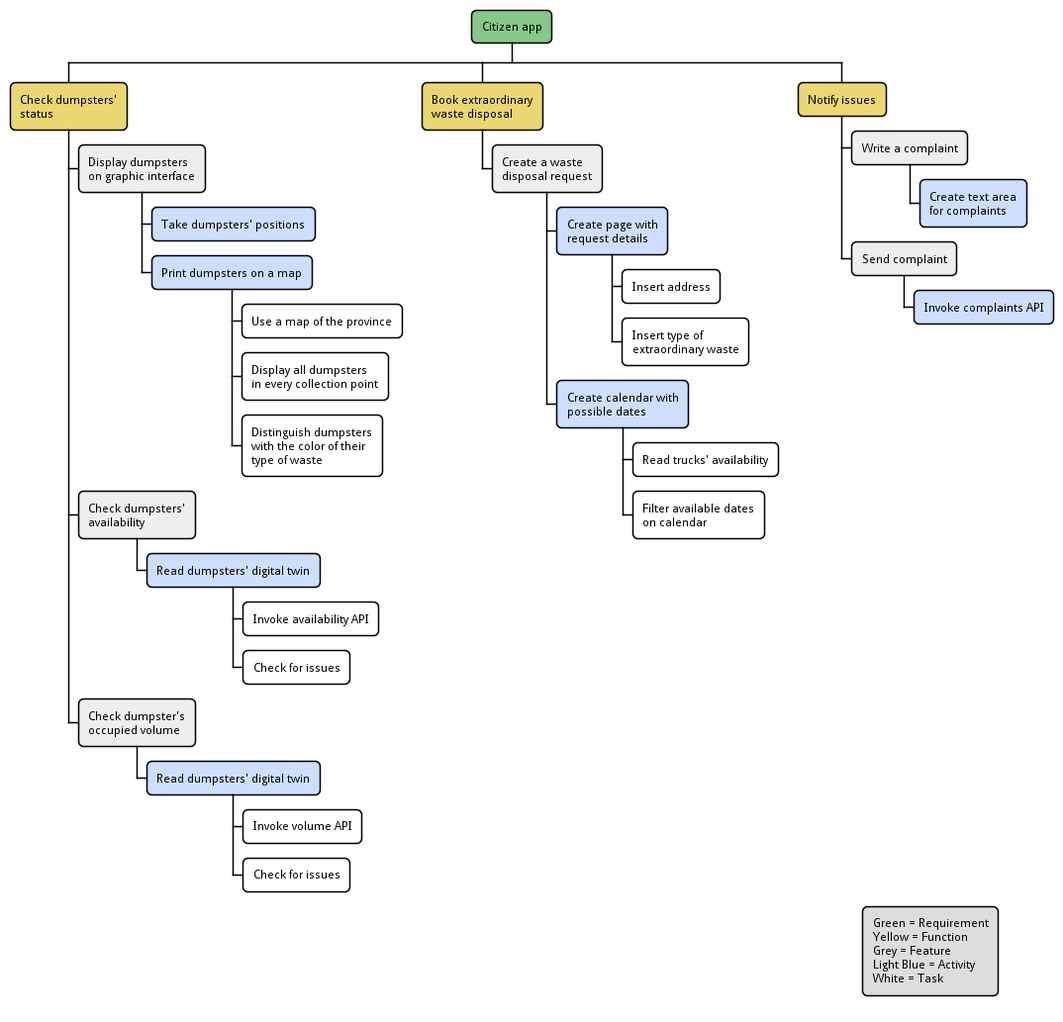
The PlantUML diagram uml/wbs-citizen-app.pm.png in SmartWasteCollection/project-management, before a commit.
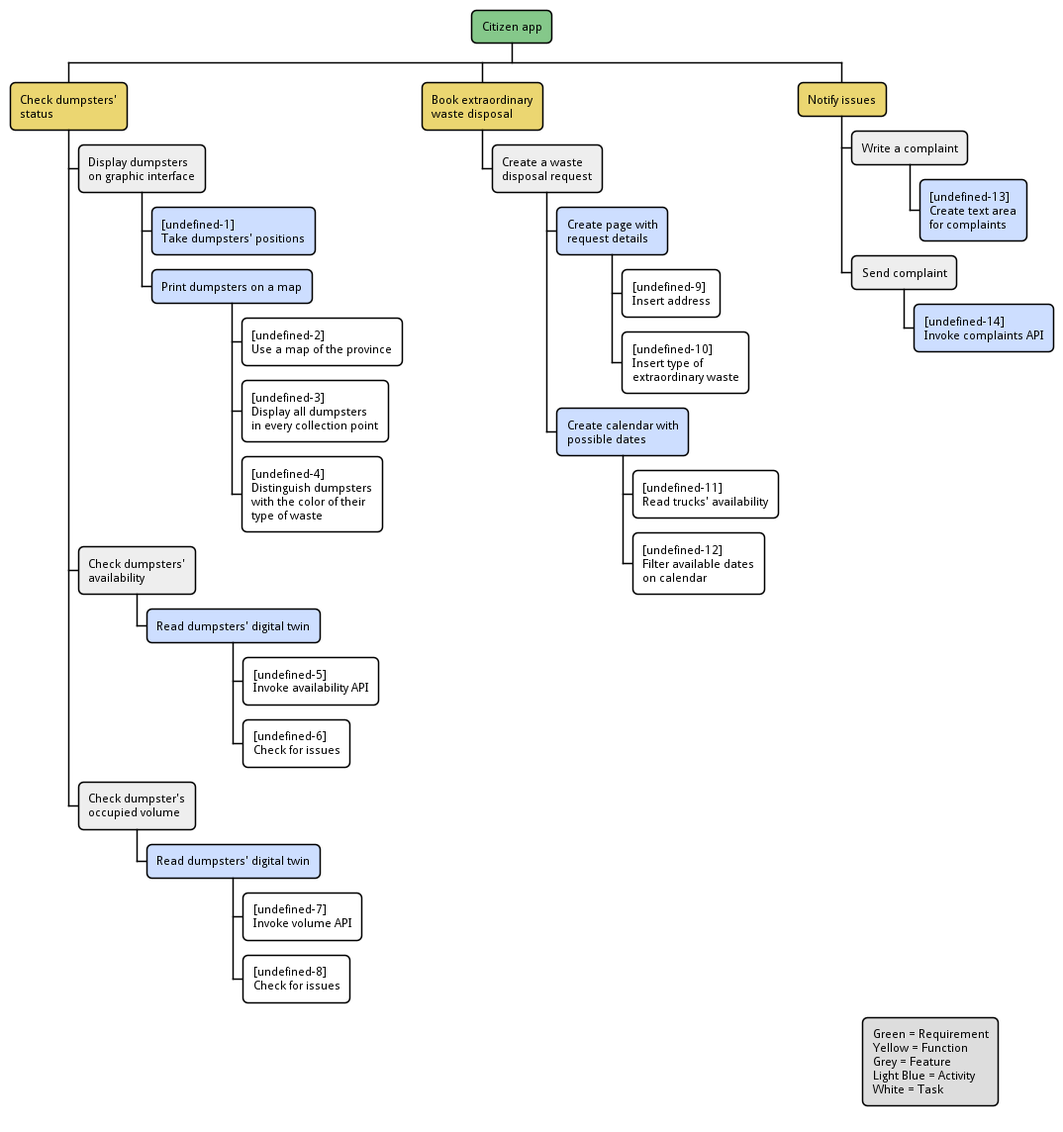
Later version of the same file.

Diff of the diagram source:
```diff
@@ -1,11 +1,12 @@
 @startwbs
 !include ../metamodels/work-breakdown.iuml
+!$title = CA
 
 requirement(Citizen app)
 
 function(Check dumpsters'\nstatus)
 feature(Display dumpsters\non graphic interface)
-activity(Take dumpsters' positions)
+activity(Take dumpsters' positions,)
 activity(Print dumpsters on a map)
 task(Use a map of the province)
 task(Display all dumpsters\nin every collection point)
@@ -32,8 +33,8 @@
 
 function(Notify issues)
 feature(Write a complaint)
-activity(Create text area\nfor complaints)
+activity(Create text area\nfor complaints,)
 feature(Send complaint)
-activity(Invoke complaints API)
+activity(Invoke complaints API,)
 
 @endwbs
```
